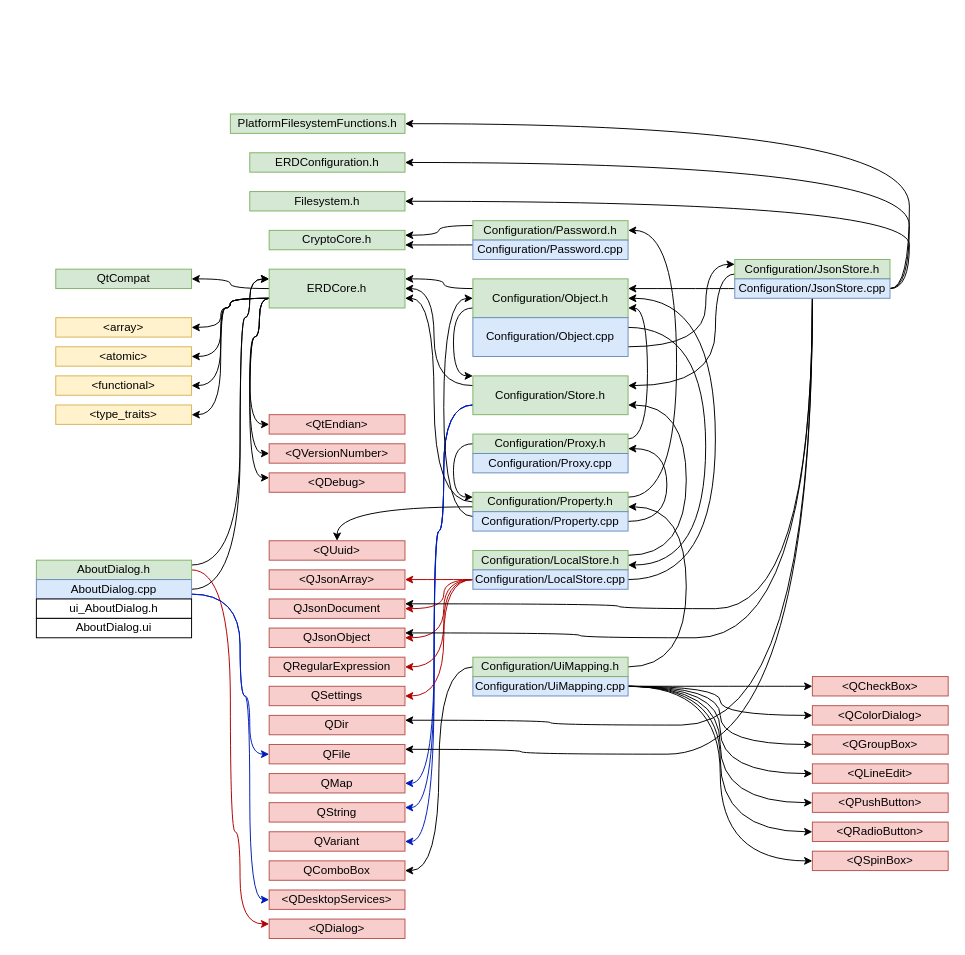
This is ERD Зависимости.drawio from OMRKiruha/Diagramms, a draw.io file, before an edit. Source tidied: cells renumbered, new cells numbered last; positions are measured from the earlier drawing's top-left corner, leaving out a move shared by most shapes. Both pictures are drawn from the tidied source at 97%, with x=0, y=0 at pixel (36, 113).
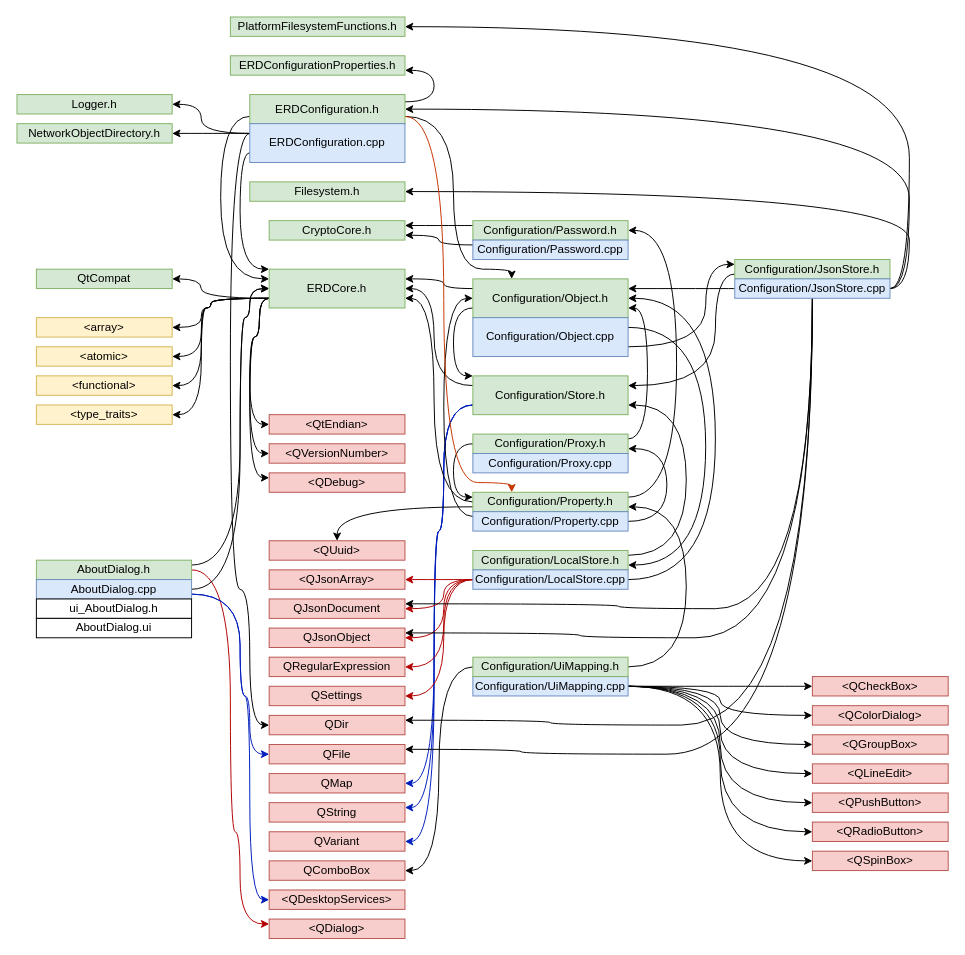
The same diagram, later.

Unchanged cells that the change refers to:
```xml
<mxCell id="10" value="ERDCore.h" style="rounded=0;whiteSpace=wrap;html=1;fillColor=#d5e8d4;strokeColor=#82b366;" parent="1" vertex="1">
  <mxGeometry x="240" y="160" width="140" height="40" as="geometry" />
</mxCell>
<mxCell id="18" value="Configuration/Object.h" style="rounded=0;whiteSpace=wrap;html=1;fillColor=#d5e8d4;strokeColor=#82b366;" parent="1" vertex="1">
  <mxGeometry x="450" y="170" width="160" height="40" as="geometry" />
</mxCell>
<mxCell id="29" value="Configuration/Property.h" style="rounded=0;whiteSpace=wrap;html=1;fillColor=#d5e8d4;strokeColor=#82b366;" parent="1" vertex="1">
  <mxGeometry x="450" y="390" width="160" height="20" as="geometry" />
</mxCell>
<mxCell id="62" value="QDir" style="rounded=0;whiteSpace=wrap;html=1;fillColor=#f8cecc;strokeColor=#b85450;" parent="1" vertex="1">
  <mxGeometry x="240" y="620" width="140" height="20" as="geometry" />
</mxCell>
<mxCell id="79" value="Configuration/JsonStore.cpp" style="rounded=0;whiteSpace=wrap;html=1;fillColor=#dae8fc;strokeColor=#6c8ebf;" parent="1" vertex="1">
  <mxGeometry x="720" y="170" width="160" height="20" as="geometry" />
</mxCell>
<mxCell id="101" value="AboutDialog.h" style="rounded=0;whiteSpace=wrap;html=1;fillColor=#d5e8d4;strokeColor=#82b366;" parent="1" vertex="1">
  <mxGeometry y="460" width="160" height="20" as="geometry" />
</mxCell>
<mxCell id="105" value="AboutDialog.cpp" style="rounded=0;whiteSpace=wrap;html=1;fillColor=#dae8fc;strokeColor=#6c8ebf;" parent="1" vertex="1">
  <mxGeometry y="480" width="160" height="20" as="geometry" />
</mxCell>
```

The edit, as a diff of the source:
```diff
@@
-    <mxCell id="2" style="edgeStyle=orthogonalEdgeStyle;jettySize=auto;html=1;exitX=0;exitY=0.5;exitDx=0;exitDy=0;entryX=1;entryY=0.5;entryDx=0;entryDy=0;strokeColor=default;curved=1;" parent="1" edge="1" source="10" target="70">
-      <mxGeometry relative="1" as="geometry" />
+    <mxCell id="2" style="edgeStyle=orthogonalEdgeStyle;jettySize=auto;html=1;exitX=0;exitY=0.75;exitDx=0;exitDy=0;entryX=1;entryY=0.5;entryDx=0;entryDy=0;strokeColor=default;curved=1;" parent="1" edge="1" source="10" target="70">
+      <mxGeometry relative="1" as="geometry">
+        <Array as="points">
+          <mxPoint x="170" y="190" />
+          <mxPoint x="170" y="170" />
+        </Array>
+      </mxGeometry>
     </mxCell>
@@
     <mxCell id="6" style="edgeStyle=orthogonalEdgeStyle;curved=1;jettySize=auto;html=1;exitX=0;exitY=0.75;exitDx=0;exitDy=0;entryX=1;entryY=0.5;entryDx=0;entryDy=0;strokeColor=default;" parent="1" edge="1" source="10" target="74">
       <mxGeometry relative="1" as="geometry">
         <Array as="points">
-          <mxPoint x="200" y="190" />
-          <mxPoint x="200" y="200" />
-          <mxPoint x="190" y="200" />
-          <mxPoint x="190" y="220" />
+          <mxPoint x="180" y="190" />
+          <mxPoint x="180" y="200" />
+          <mxPoint x="170" y="200" />
+          <mxPoint x="170" y="220" />
         </Array>
       </mxGeometry>
     </mxCell>
     <mxCell id="7" style="edgeStyle=orthogonalEdgeStyle;curved=1;jettySize=auto;html=1;exitX=0;exitY=0.75;exitDx=0;exitDy=0;entryX=1;entryY=0.5;entryDx=0;entryDy=0;strokeColor=default;" parent="1" edge="1" source="10" target="75">
       <mxGeometry relative="1" as="geometry">
         <Array as="points">
-          <mxPoint x="200" y="190" />
-          <mxPoint x="200" y="200" />
-          <mxPoint x="190" y="200" />
-          <mxPoint x="190" y="250" />
+          <mxPoint x="180" y="190" />
+          <mxPoint x="180" y="200" />
+          <mxPoint x="170" y="200" />
+          <mxPoint x="170" y="250" />
         </Array>
       </mxGeometry>
     </mxCell>
     <mxCell id="8" style="edgeStyle=orthogonalEdgeStyle;curved=1;jettySize=auto;html=1;exitX=0;exitY=0.75;exitDx=0;exitDy=0;entryX=1;entryY=0.5;entryDx=0;entryDy=0;strokeColor=default;" parent="1" edge="1" source="10" target="76">
       <mxGeometry relative="1" as="geometry">
         <Array as="points">
-          <mxPoint x="200" y="190" />
-          <mxPoint x="200" y="200" />
-          <mxPoint x="190" y="200" />
-          <mxPoint x="190" y="280" />
+          <mxPoint x="180" y="190" />
+          <mxPoint x="180" y="200" />
+          <mxPoint x="170" y="200" />
+          <mxPoint x="170" y="280" />
         </Array>
       </mxGeometry>
     </mxCell>
     <mxCell id="9" style="edgeStyle=orthogonalEdgeStyle;curved=1;jettySize=auto;html=1;exitX=0;exitY=0.75;exitDx=0;exitDy=0;entryX=1;entryY=0.5;entryDx=0;entryDy=0;strokeColor=default;" parent="1" edge="1" source="10" target="77">
       <mxGeometry relative="1" as="geometry">
         <Array as="points">
-          <mxPoint x="200" y="190" />
-          <mxPoint x="200" y="200" />
-          <mxPoint x="190" y="200" />
-          <mxPoint x="190" y="310" />
+          <mxPoint x="180" y="190" />
+          <mxPoint x="180" y="200" />
+          <mxPoint x="170" y="200" />
+          <mxPoint x="170" y="310" />
         </Array>
       </mxGeometry>
     </mxCell>
@@
     <mxCell id="39" value="CryptoCore.h" style="rounded=0;whiteSpace=wrap;html=1;fillColor=#d5e8d4;strokeColor=#82b366;" parent="1" vertex="1">
-      <mxGeometry x="240" y="120" width="140" height="20" as="geometry" />
+      <mxGeometry x="240" y="110" width="140" height="20" as="geometry" />
     </mxCell>
@@
     <mxCell id="59" style="edgeStyle=orthogonalEdgeStyle;jettySize=auto;html=1;exitX=1;exitY=0.5;exitDx=0;exitDy=0;entryX=1;entryY=0.5;entryDx=0;entryDy=0;curved=1;" parent="1" edge="1" source="79" target="64">
       <mxGeometry relative="1" as="geometry">
         <Array as="points">
           <mxPoint x="900" y="180" />
-          <mxPoint x="900" y="90" />
+          <mxPoint x="900" y="80" />
         </Array>
       </mxGeometry>
     </mxCell>
@@
     <mxCell id="61" style="edgeStyle=orthogonalEdgeStyle;jettySize=auto;html=1;exitX=1;exitY=0.5;exitDx=0;exitDy=0;entryX=1;entryY=0.5;entryDx=0;entryDy=0;curved=1;" parent="1" edge="1" source="79" target="66">
       <mxGeometry relative="1" as="geometry">
         <Array as="points">
           <mxPoint x="900" y="180" />
-          <mxPoint x="900" y="10" />
+          <mxPoint x="900" y="-90" />
         </Array>
       </mxGeometry>
     </mxCell>
@@
     <mxCell id="64" value="Filesystem.h" style="rounded=0;whiteSpace=wrap;html=1;fillColor=#d5e8d4;strokeColor=#82b366;" parent="1" vertex="1">
-      <mxGeometry x="220" y="80" width="160" height="20" as="geometry" />
+      <mxGeometry x="220" y="70" width="160" height="20" as="geometry" />
     </mxCell>
+    <mxCell id="110" style="edgeStyle=orthogonalEdgeStyle;curved=1;jettySize=auto;html=1;exitX=0;exitY=0.75;exitDx=0;exitDy=0;entryX=0;entryY=0.25;entryDx=0;entryDy=0;strokeColor=default;" parent="1" edge="1" source="65" target="10">
+      <mxGeometry relative="1" as="geometry">
+        <Array as="points">
+          <mxPoint x="190" y="3" />
+          <mxPoint x="190" y="170" />
+        </Array>
+      </mxGeometry>
+    </mxCell>
+    <mxCell id="111" style="edgeStyle=orthogonalEdgeStyle;curved=1;jettySize=auto;html=1;exitX=1;exitY=0.75;exitDx=0;exitDy=0;entryX=0.25;entryY=0;entryDx=0;entryDy=0;strokeColor=default;" parent="1" edge="1" source="65" target="18">
+      <mxGeometry relative="1" as="geometry">
+        <Array as="points">
+          <mxPoint x="430" y="2" />
+          <mxPoint x="430" y="160" />
+          <mxPoint x="490" y="160" />
+        </Array>
+      </mxGeometry>
+    </mxCell>
+    <mxCell id="112" style="edgeStyle=orthogonalEdgeStyle;curved=1;jettySize=auto;html=1;exitX=1;exitY=0.75;exitDx=0;exitDy=0;entryX=0.25;entryY=0;entryDx=0;entryDy=0;strokeColor=#C73500;fillColor=#fa6800;" parent="1" edge="1" source="65" target="29">
+      <mxGeometry relative="1" as="geometry">
+        <Array as="points">
+          <mxPoint x="420" y="2" />
+          <mxPoint x="420" y="380" />
+          <mxPoint x="490" y="380" />
+        </Array>
+      </mxGeometry>
+    </mxCell>
+    <mxCell id="113" style="edgeStyle=orthogonalEdgeStyle;curved=1;jettySize=auto;html=1;exitX=1;exitY=0.25;exitDx=0;exitDy=0;entryX=1;entryY=0.75;entryDx=0;entryDy=0;strokeColor=default;" parent="1" edge="1" source="65" target="114">
+      <mxGeometry relative="1" as="geometry">
+        <Array as="points">
+          <mxPoint x="410" y="-12" />
+          <mxPoint x="410" y="-45" />
+        </Array>
+      </mxGeometry>
+    </mxCell>
     <mxCell id="65" value="ERDConfiguration.h" style="rounded=0;whiteSpace=wrap;html=1;fillColor=#d5e8d4;strokeColor=#82b366;" parent="1" vertex="1">
-      <mxGeometry x="220" y="40" width="160" height="20" as="geometry" />
+      <mxGeometry x="220" y="-20" width="160" height="30" as="geometry" />
     </mxCell>
     <mxCell id="66" value="PlatformFilesystemFunctions.h" style="rounded=0;whiteSpace=wrap;html=1;fillColor=#d5e8d4;strokeColor=#82b366;" parent="1" vertex="1">
-      <mxGeometry x="200" width="180" height="20" as="geometry" />
+      <mxGeometry x="200" y="-100" width="180" height="20" as="geometry" />
     </mxCell>
@@
     <mxCell id="70" value="QtCompat" style="rounded=0;whiteSpace=wrap;html=1;fillColor=#d5e8d4;strokeColor=#82b366;" parent="1" vertex="1">
-      <mxGeometry x="20" y="160" width="140" height="20" as="geometry" />
+      <mxGeometry y="160" width="140" height="20" as="geometry" />
     </mxCell>
@@
     <mxCell id="74" value="&amp;lt;array&amp;gt;" style="rounded=0;whiteSpace=wrap;html=1;fillColor=#fff2cc;strokeColor=#d6b656;" parent="1" vertex="1">
-      <mxGeometry x="20" y="210" width="140" height="20" as="geometry" />
+      <mxGeometry y="210" width="140" height="20" as="geometry" />
     </mxCell>
     <mxCell id="75" value="&amp;lt;atomic&amp;gt;" style="rounded=0;whiteSpace=wrap;html=1;fillColor=#fff2cc;strokeColor=#d6b656;" parent="1" vertex="1">
-      <mxGeometry x="20" y="240" width="140" height="20" as="geometry" />
+      <mxGeometry y="240" width="140" height="20" as="geometry" />
     </mxCell>
     <mxCell id="76" value="&amp;lt;functional&amp;gt;" style="rounded=0;whiteSpace=wrap;html=1;fillColor=#fff2cc;strokeColor=#d6b656;" parent="1" vertex="1">
-      <mxGeometry x="20" y="270" width="140" height="20" as="geometry" />
+      <mxGeometry y="270" width="140" height="20" as="geometry" />
     </mxCell>
     <mxCell id="77" value="&amp;lt;type_traits&amp;gt;" style="rounded=0;whiteSpace=wrap;html=1;fillColor=#fff2cc;strokeColor=#d6b656;" parent="1" vertex="1">
-      <mxGeometry x="20" y="300" width="140" height="20" as="geometry" />
+      <mxGeometry y="300" width="140" height="20" as="geometry" />
     </mxCell>
@@
-    <mxCell id="99" style="edgeStyle=orthogonalEdgeStyle;curved=1;jettySize=auto;html=1;exitX=1;exitY=0.25;exitDx=0;exitDy=0;entryX=0;entryY=0.25;entryDx=0;entryDy=0;strokeColor=default;" parent="1" edge="1" source="101" target="10">
+    <mxCell id="99" style="edgeStyle=orthogonalEdgeStyle;curved=1;jettySize=auto;html=1;exitX=1;exitY=0.25;exitDx=0;exitDy=0;entryX=0;entryY=0.5;entryDx=0;entryDy=0;strokeColor=default;" parent="1" edge="1" source="101" target="10">
       <mxGeometry relative="1" as="geometry">
         <Array as="points">
           <mxPoint x="210" y="465" />
           <mxPoint x="210" y="210" />
           <mxPoint x="220" y="210" />
-          <mxPoint x="220" y="170" />
+          <mxPoint x="220" y="180" />
         </Array>
       </mxGeometry>
     </mxCell>
@@
-    <mxCell id="102" style="edgeStyle=orthogonalEdgeStyle;curved=1;jettySize=auto;html=1;exitX=1;exitY=0.5;exitDx=0;exitDy=0;entryX=0;entryY=0.25;entryDx=0;entryDy=0;strokeColor=default;" parent="1" edge="1" source="105" target="10">
+    <mxCell id="102" style="edgeStyle=orthogonalEdgeStyle;curved=1;jettySize=auto;html=1;exitX=1;exitY=0.5;exitDx=0;exitDy=0;entryX=0;entryY=0.5;entryDx=0;entryDy=0;strokeColor=default;" parent="1" edge="1" source="105" target="10">
       <mxGeometry relative="1" as="geometry">
         <Array as="points">
           <mxPoint x="210" y="490" />
           <mxPoint x="210" y="210" />
           <mxPoint x="220" y="210" />
-          <mxPoint x="220" y="170" />
+          <mxPoint x="220" y="180" />
         </Array>
       </mxGeometry>
     </mxCell>
@@
+    <mxCell id="114" value="ERDConfigurationProperties.h" style="rounded=0;whiteSpace=wrap;html=1;fillColor=#d5e8d4;strokeColor=#82b366;" parent="1" vertex="1">
+      <mxGeometry x="200" y="-60" width="180" height="20" as="geometry" />
+    </mxCell>
+    <mxCell id="115" style="edgeStyle=orthogonalEdgeStyle;curved=1;jettySize=auto;html=1;exitX=0;exitY=0.25;exitDx=0;exitDy=0;entryX=0;entryY=0.5;entryDx=0;entryDy=0;strokeColor=default;" parent="1" edge="1" source="119" target="62">
+      <mxGeometry relative="1" as="geometry">
+        <Array as="points">
+          <mxPoint x="200" y="20" />
+          <mxPoint x="200" y="490" />
+          <mxPoint x="220" y="490" />
+          <mxPoint x="220" y="630" />
+        </Array>
+      </mxGeometry>
+    </mxCell>
+    <mxCell id="116" style="edgeStyle=orthogonalEdgeStyle;curved=1;jettySize=auto;html=1;exitX=0;exitY=0.75;exitDx=0;exitDy=0;entryX=0;entryY=0;entryDx=0;entryDy=0;strokeColor=default;" parent="1" edge="1" source="119" target="10">
+      <mxGeometry relative="1" as="geometry">
+        <Array as="points">
+          <mxPoint x="210" y="40" />
+          <mxPoint x="210" y="160" />
+        </Array>
+      </mxGeometry>
+    </mxCell>
+    <mxCell id="117" style="edgeStyle=orthogonalEdgeStyle;curved=1;jettySize=auto;html=1;exitX=0;exitY=0.25;exitDx=0;exitDy=0;entryX=1;entryY=0.5;entryDx=0;entryDy=0;strokeColor=default;" parent="1" edge="1" source="119" target="121">
+      <mxGeometry relative="1" as="geometry">
+        <Array as="points">
+          <mxPoint x="200" y="20" />
+          <mxPoint x="200" y="20" />
+        </Array>
+      </mxGeometry>
+    </mxCell>
+    <mxCell id="118" style="edgeStyle=orthogonalEdgeStyle;curved=1;jettySize=auto;html=1;exitX=0;exitY=0.25;exitDx=0;exitDy=0;entryX=1;entryY=0.5;entryDx=0;entryDy=0;strokeColor=default;" parent="1" edge="1" source="119" target="120">
+      <mxGeometry relative="1" as="geometry">
+        <Array as="points">
+          <mxPoint x="170" y="20" />
+          <mxPoint x="170" y="-10" />
+        </Array>
+      </mxGeometry>
+    </mxCell>
+    <mxCell id="119" value="ERDConfiguration.cpp" style="rounded=0;whiteSpace=wrap;html=1;fillColor=#dae8fc;strokeColor=#6c8ebf;" parent="1" vertex="1">
+      <mxGeometry x="220" y="10" width="160" height="40" as="geometry" />
+    </mxCell>
+    <mxCell id="120" value="Logger.h" style="rounded=0;whiteSpace=wrap;html=1;fillColor=#d5e8d4;strokeColor=#82b366;" parent="1" vertex="1">
+      <mxGeometry x="-20" y="-20" width="160" height="20" as="geometry" />
+    </mxCell>
+    <mxCell id="121" value="NetworkObjectDirectory.h" style="rounded=0;whiteSpace=wrap;html=1;fillColor=#d5e8d4;strokeColor=#82b366;" parent="1" vertex="1">
+      <mxGeometry x="-20" y="10" width="160" height="20" as="geometry" />
+    </mxCell>
```
